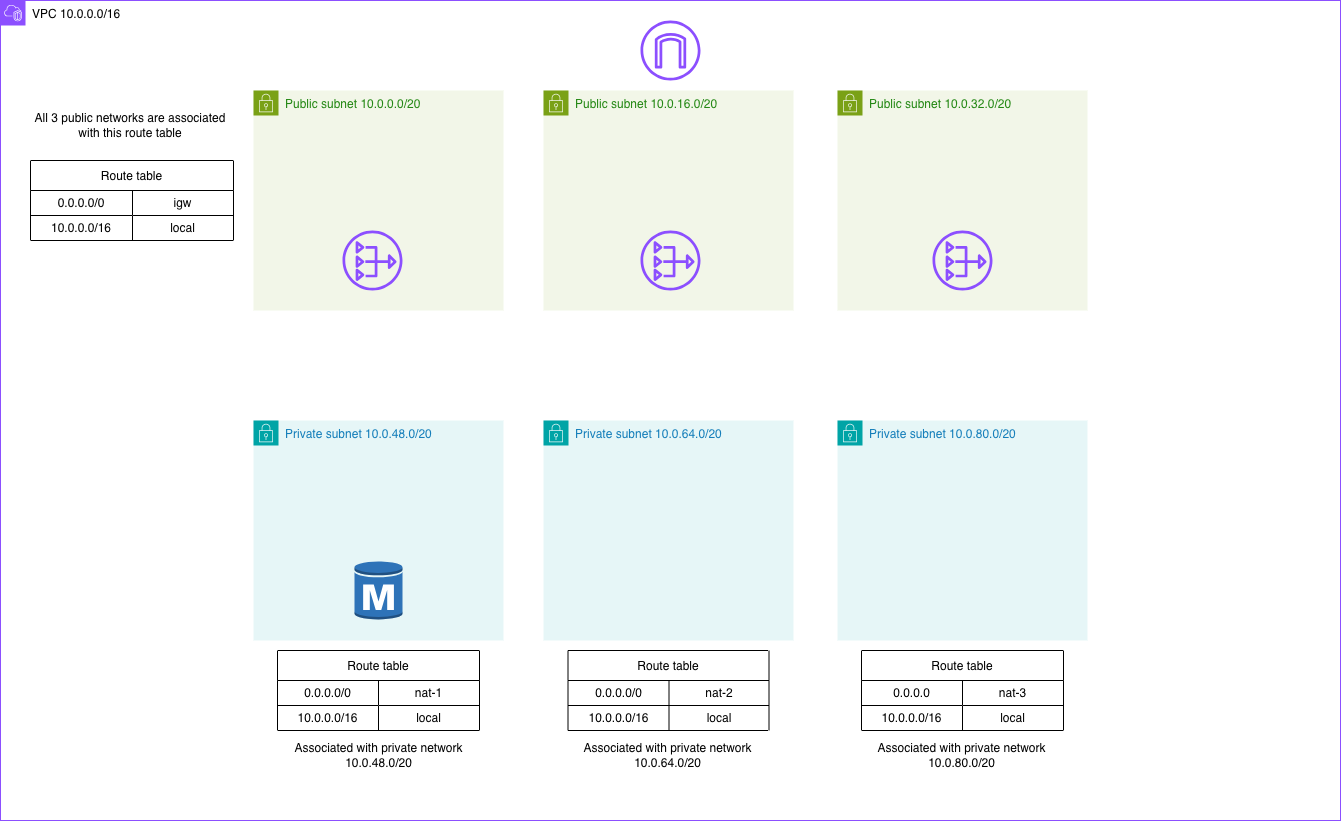
Above: diagramm.drawio.png in apapazisis/aws-vpc (draw.io), before the change. Source tidied: cells renumbered, new cells last; positions are measured from the earlier drawing's top-left corner, leaving out a move shared by most shapes.
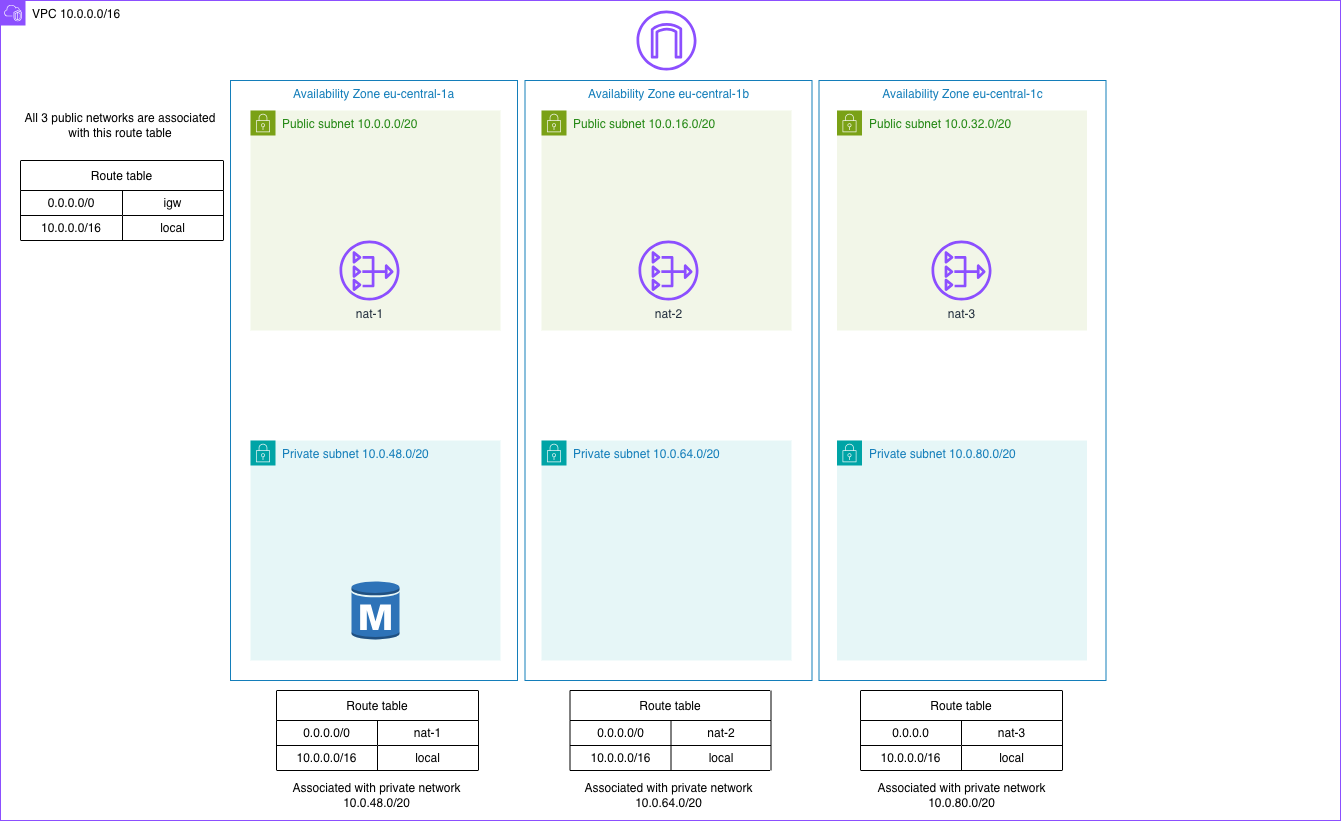
The same diagram one commit later.

Diff of the diagram source:
```diff
@@ -6,40 +6,37 @@
       <mxGeometry width="1340" height="820" as="geometry" />
     </mxCell>
     <mxCell id="3" value="Private subnet 10.0.48.0/20" style="gradientColor=none;html=1;whiteSpace=wrap;fontSize=12;fontStyle=0;shape=mxgraph.aws4.group;grIcon=mxgraph.aws4.group_security_group;grStroke=0;strokeColor=#00A4A6;fillColor=#E6F6F7;verticalAlign=top;align=left;spacingLeft=30;fontColor=#147EBA;dashed=0;" parent="2" vertex="1">
-      <mxGeometry x="253" y="420" width="250" height="220" as="geometry" />
+      <mxGeometry x="250" y="440" width="250" height="220" as="geometry" />
     </mxCell>
     <mxCell id="4" style="dashed=0;verticalLabelPosition=bottom;verticalAlign=top;align=center;html=1;shape=mxgraph.aws3.rds_db_instance;fillColor=#2E73B8;gradientColor=none;" parent="3" vertex="1">
       <mxGeometry x="101" y="140" width="48" height="60" as="geometry" />
     </mxCell>
     <mxCell id="5" value="Public subnet 10.0.0.0/20" style="gradientColor=none;html=1;whiteSpace=wrap;fontSize=12;fontStyle=0;shape=mxgraph.aws4.group;grIcon=mxgraph.aws4.group_security_group;grStroke=0;strokeColor=#7AA116;fillColor=#F2F6E8;verticalAlign=top;align=left;spacingLeft=30;fontColor=#248814;dashed=0;" parent="2" vertex="1">
-      <mxGeometry x="253" y="90" width="250" height="220" as="geometry" />
+      <mxGeometry x="250" y="110" width="250" height="220" as="geometry" />
     </mxCell>
-    <mxCell id="6" style="sketch=0;fontColor=#232F3E;gradientColor=none;fillColor=#8C4FFF;strokeColor=none;dashed=0;verticalLabelPosition=bottom;verticalAlign=top;align=center;html=1;fontSize=12;fontStyle=0;shape=mxgraph.aws4.nat_gateway;" parent="5" vertex="1">
-      <mxGeometry x="89" y="140" width="60" height="60" as="geometry" />
+    <mxCell id="6" value="nat-1" style="sketch=0;fontColor=#232F3E;gradientColor=none;fillColor=#8C4FFF;strokeColor=none;dashed=0;verticalLabelPosition=bottom;verticalAlign=top;align=center;html=1;fontSize=12;fontStyle=0;shape=mxgraph.aws4.nat_gateway;" parent="5" vertex="1">
+      <mxGeometry x="89" y="130" width="60" height="60" as="geometry" />
     </mxCell>
     <mxCell id="7" value="Public subnet 10.0.16.0/20" style="gradientColor=none;html=1;whiteSpace=wrap;fontSize=12;fontStyle=0;shape=mxgraph.aws4.group;grIcon=mxgraph.aws4.group_security_group;grStroke=0;strokeColor=#7AA116;fillColor=#F2F6E8;verticalAlign=top;align=left;spacingLeft=30;fontColor=#248814;dashed=0;" parent="2" vertex="1">
-      <mxGeometry x="543" y="90" width="250" height="220" as="geometry" />
+      <mxGeometry x="541" y="110" width="250" height="220" as="geometry" />
     </mxCell>
-    <mxCell id="8" style="sketch=0;fontColor=#232F3E;gradientColor=none;fillColor=#8C4FFF;strokeColor=none;dashed=0;verticalLabelPosition=bottom;verticalAlign=top;align=center;html=1;fontSize=12;fontStyle=0;shape=mxgraph.aws4.nat_gateway;" parent="7" vertex="1">
-      <mxGeometry x="97" y="140" width="60" height="60" as="geometry" />
+    <mxCell id="8" value="nat-2" style="sketch=0;fontColor=#232F3E;gradientColor=none;fillColor=#8C4FFF;strokeColor=none;dashed=0;verticalLabelPosition=bottom;verticalAlign=top;align=center;html=1;fontSize=12;fontStyle=0;shape=mxgraph.aws4.nat_gateway;" parent="7" vertex="1">
+      <mxGeometry x="97" y="130" width="60" height="60" as="geometry" />
     </mxCell>
     <mxCell id="9" value="Public subnet 10.0.32.0/20" style="gradientColor=none;html=1;whiteSpace=wrap;fontSize=12;fontStyle=0;shape=mxgraph.aws4.group;grIcon=mxgraph.aws4.group_security_group;grStroke=0;strokeColor=#7AA116;fillColor=#F2F6E8;verticalAlign=top;align=left;spacingLeft=30;fontColor=#248814;dashed=0;" parent="2" vertex="1">
-      <mxGeometry x="837" y="90" width="250" height="220" as="geometry" />
+      <mxGeometry x="836.5" y="110" width="250" height="220" as="geometry" />
     </mxCell>
-    <mxCell id="10" style="sketch=0;fontColor=#232F3E;gradientColor=none;fillColor=#8C4FFF;strokeColor=none;dashed=0;verticalLabelPosition=bottom;verticalAlign=top;align=center;html=1;fontSize=12;fontStyle=0;shape=mxgraph.aws4.nat_gateway;" parent="9" vertex="1">
-      <mxGeometry x="95" y="140" width="60" height="60" as="geometry" />
+    <mxCell id="10" value="nat-3" style="sketch=0;fontColor=#232F3E;gradientColor=none;fillColor=#8C4FFF;strokeColor=none;dashed=0;verticalLabelPosition=bottom;verticalAlign=top;align=center;html=1;fontSize=12;fontStyle=0;shape=mxgraph.aws4.nat_gateway;" parent="9" vertex="1">
+      <mxGeometry x="94.5" y="130" width="60" height="60" as="geometry" />
     </mxCell>
     <mxCell id="11" value="Private subnet 10.0.64.0/20" style="gradientColor=none;html=1;whiteSpace=wrap;fontSize=12;fontStyle=0;shape=mxgraph.aws4.group;grIcon=mxgraph.aws4.group_security_group;grStroke=0;strokeColor=#00A4A6;fillColor=#E6F6F7;verticalAlign=top;align=left;spacingLeft=30;fontColor=#147EBA;dashed=0;" parent="2" vertex="1">
-      <mxGeometry x="543" y="420" width="250" height="220" as="geometry" />
+      <mxGeometry x="541" y="440" width="250" height="220" as="geometry" />
     </mxCell>
     <mxCell id="12" value="Private subnet 10.0.80.0/20" style="gradientColor=none;html=1;whiteSpace=wrap;fontSize=12;fontStyle=0;shape=mxgraph.aws4.group;grIcon=mxgraph.aws4.group_security_group;grStroke=0;strokeColor=#00A4A6;fillColor=#E6F6F7;verticalAlign=top;align=left;spacingLeft=30;fontColor=#147EBA;dashed=0;" parent="2" vertex="1">
-      <mxGeometry x="837" y="420" width="250" height="220" as="geometry" />
+      <mxGeometry x="836.5" y="440" width="250" height="220" as="geometry" />
     </mxCell>
-    <mxCell id="13" style="sketch=0;fontColor=#232F3E;gradientColor=none;fillColor=#8C4FFF;strokeColor=none;dashed=0;verticalLabelPosition=bottom;verticalAlign=top;align=center;html=1;fontSize=12;fontStyle=0;shape=mxgraph.aws4.internet_gateway;" parent="2" vertex="1">
-      <mxGeometry x="640" y="20" width="60" height="60" as="geometry" />
-    </mxCell>
     <mxCell id="14" value="Route table" style="shape=table;startSize=30;labelBackgroundColor=none;labelBorderColor=none;" parent="2" vertex="1">
-      <mxGeometry x="861" y="650" width="202" height="80" as="geometry" />
+      <mxGeometry x="860" y="690" width="202" height="80" as="geometry" />
     </mxCell>
     <mxCell id="15" style="shape=tableRow;horizontal=0;startSize=0;swimlaneHead=0;swimlaneBody=0;strokeColor=inherit;top=0;left=0;bottom=0;right=0;fillColor=none;" parent="14" vertex="1">
       <mxGeometry y="30" width="202" height="25" as="geometry" />
@@ -60,7 +57,7 @@
       <mxGeometry x="101" width="101" height="25" as="geometry" />
     </mxCell>
     <mxCell id="21" value="Route table" style="shape=table;startSize=30;labelBackgroundColor=none;labelBorderColor=none;" parent="2" vertex="1">
-      <mxGeometry x="567.5" y="650" width="201" height="80" as="geometry" />
+      <mxGeometry x="569.5" y="690" width="201" height="80" as="geometry" />
     </mxCell>
     <mxCell id="22" style="shape=tableRow;horizontal=0;startSize=0;swimlaneHead=0;swimlaneBody=0;strokeColor=inherit;top=0;left=0;bottom=0;right=0;fillColor=none;" parent="21" vertex="1">
       <mxGeometry y="30" width="201" height="25" as="geometry" />
@@ -81,7 +78,7 @@
       <mxGeometry x="101" width="100" height="25" as="geometry" />
     </mxCell>
     <mxCell id="28" value="Route table" style="shape=table;startSize=30;labelBackgroundColor=none;labelBorderColor=none;" parent="2" vertex="1">
-      <mxGeometry x="277" y="650" width="202" height="80" as="geometry" />
+      <mxGeometry x="276" y="690" width="202" height="80" as="geometry" />
     </mxCell>
     <mxCell id="29" style="shape=tableRow;horizontal=0;startSize=0;swimlaneHead=0;swimlaneBody=0;strokeColor=inherit;top=0;left=0;bottom=0;right=0;fillColor=none;" parent="28" vertex="1">
       <mxGeometry y="30" width="202" height="25" as="geometry" />
@@ -102,7 +99,7 @@
       <mxGeometry x="101" width="101" height="25" as="geometry" />
     </mxCell>
     <mxCell id="35" value="Route table" style="shape=table;startSize=30;fillColor=none;" parent="2" vertex="1">
-      <mxGeometry x="30" y="160" width="203" height="80" as="geometry" />
+      <mxGeometry x="20" y="160" width="203" height="80" as="geometry" />
     </mxCell>
     <mxCell id="36" style="shape=tableRow;horizontal=0;startSize=0;swimlaneHead=0;swimlaneBody=0;strokeColor=inherit;top=0;left=0;bottom=0;right=0;fillColor=none;" parent="35" vertex="1">
       <mxGeometry y="30" width="203" height="25" as="geometry" />
@@ -123,16 +120,28 @@
       <mxGeometry x="102" width="101" height="25" as="geometry" />
     </mxCell>
     <mxCell id="42" value="All 3 public networks are associated with this route table" style="text;html=1;whiteSpace=wrap;strokeColor=none;fillColor=none;align=center;verticalAlign=middle;rounded=0;" parent="2" vertex="1">
-      <mxGeometry x="30" y="110" width="200" height="30" as="geometry" />
+      <mxGeometry x="20" y="110" width="200" height="30" as="geometry" />
     </mxCell>
     <mxCell id="43" value="Associated with private network 10.0.48.0/20" style="text;html=1;whiteSpace=wrap;strokeColor=none;fillColor=none;align=center;verticalAlign=middle;rounded=0;" parent="2" vertex="1">
-      <mxGeometry x="277" y="740" width="203" height="30" as="geometry" />
+      <mxGeometry x="275" y="780" width="203" height="30" as="geometry" />
     </mxCell>
     <mxCell id="44" value="Associated with private network 10.0.64.0/20" style="text;html=1;whiteSpace=wrap;strokeColor=none;fillColor=none;align=center;verticalAlign=middle;rounded=0;" parent="2" vertex="1">
-      <mxGeometry x="565.5" y="740" width="203" height="30" as="geometry" />
+      <mxGeometry x="566.5" y="780" width="203" height="30" as="geometry" />
     </mxCell>
     <mxCell id="45" value="Associated with private network 10.0.80.0/20" style="text;html=1;whiteSpace=wrap;strokeColor=none;fillColor=none;align=center;verticalAlign=middle;rounded=0;" parent="2" vertex="1">
-      <mxGeometry x="860" y="740" width="203" height="30" as="geometry" />
+      <mxGeometry x="860" y="780" width="203" height="30" as="geometry" />
     </mxCell>
+    <mxCell id="46" value="Availability Zone eu-central-1a" style="fillColor=none;strokeColor=#147EBA;verticalAlign=top;fontStyle=0;fontColor=#147EBA;whiteSpace=wrap;html=1;" parent="2" vertex="1">
+      <mxGeometry x="230" y="80" width="287" height="600" as="geometry" />
+    </mxCell>
+    <mxCell id="47" value="Availability Zone eu-central-1b" style="fillColor=none;strokeColor=#147EBA;verticalAlign=top;fontStyle=0;fontColor=#147EBA;whiteSpace=wrap;html=1;" parent="2" vertex="1">
+      <mxGeometry x="524.5" y="80" width="287" height="600" as="geometry" />
+    </mxCell>
+    <mxCell id="48" value="Availability Zone eu-central-1c" style="fillColor=none;strokeColor=#147EBA;verticalAlign=top;fontStyle=0;fontColor=#147EBA;whiteSpace=wrap;html=1;" parent="2" vertex="1">
+      <mxGeometry x="818.5" y="80" width="287" height="600" as="geometry" />
+    </mxCell>
+    <mxCell id="13" style="sketch=0;fontColor=#232F3E;gradientColor=none;fillColor=#8C4FFF;strokeColor=none;dashed=0;verticalLabelPosition=bottom;verticalAlign=top;align=center;html=1;fontSize=12;fontStyle=0;shape=mxgraph.aws4.internet_gateway;" parent="2" vertex="1">
+      <mxGeometry x="636" y="10" width="60" height="60" as="geometry" />
+    </mxCell>
   </root>
 </mxGraphModel>
```
